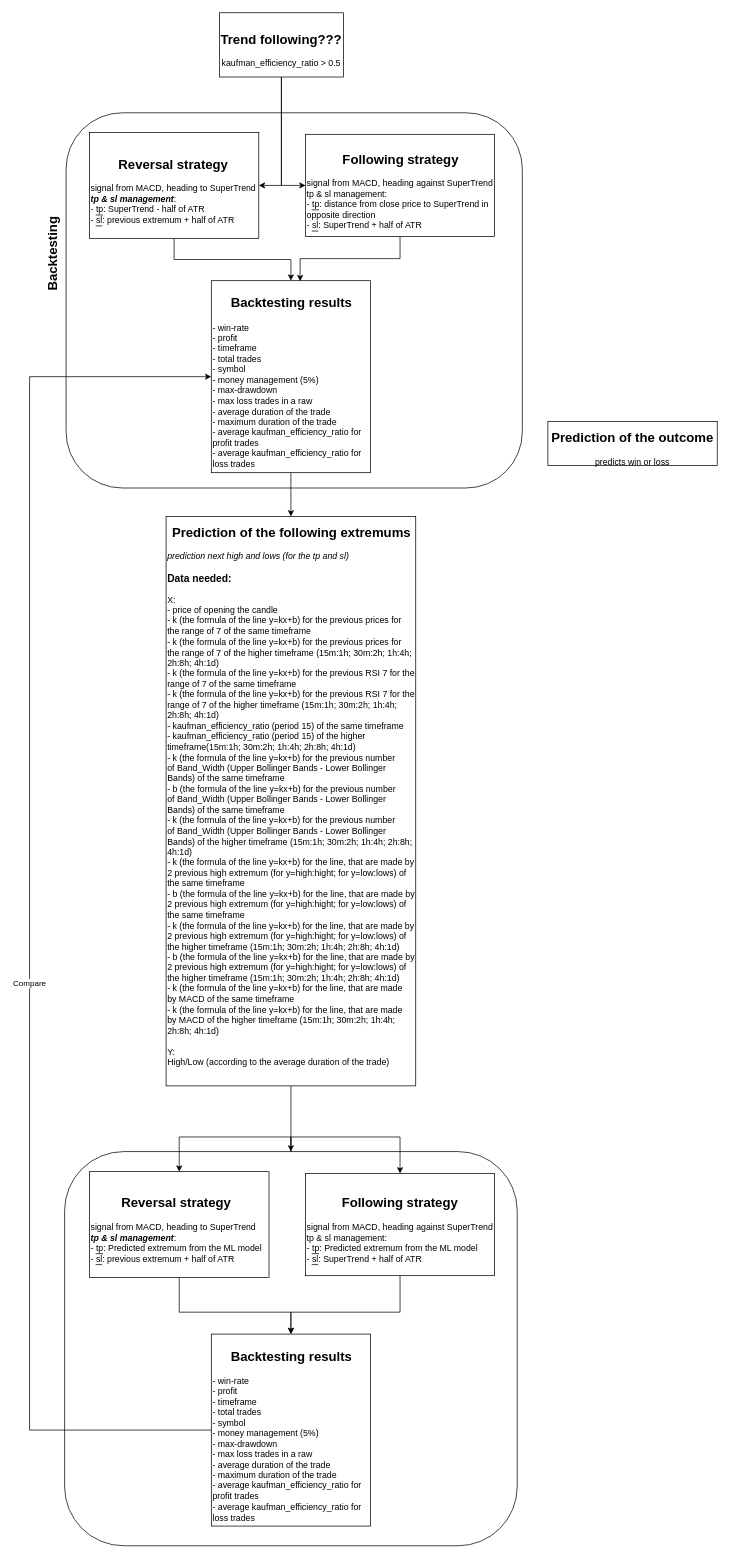
Earlier version of the draw.io diagram Untitled Diagram.drawio (Nazarka99/backtesting-visualisation). Source tidied: cells renumbered, new cells numbered last; positions are measured from the earlier drawing's top-left corner, leaving out a move shared by most shapes. Both pictures are drawn from the tidied source at 73%, with x=0, y=0 at pixel (7, 12).
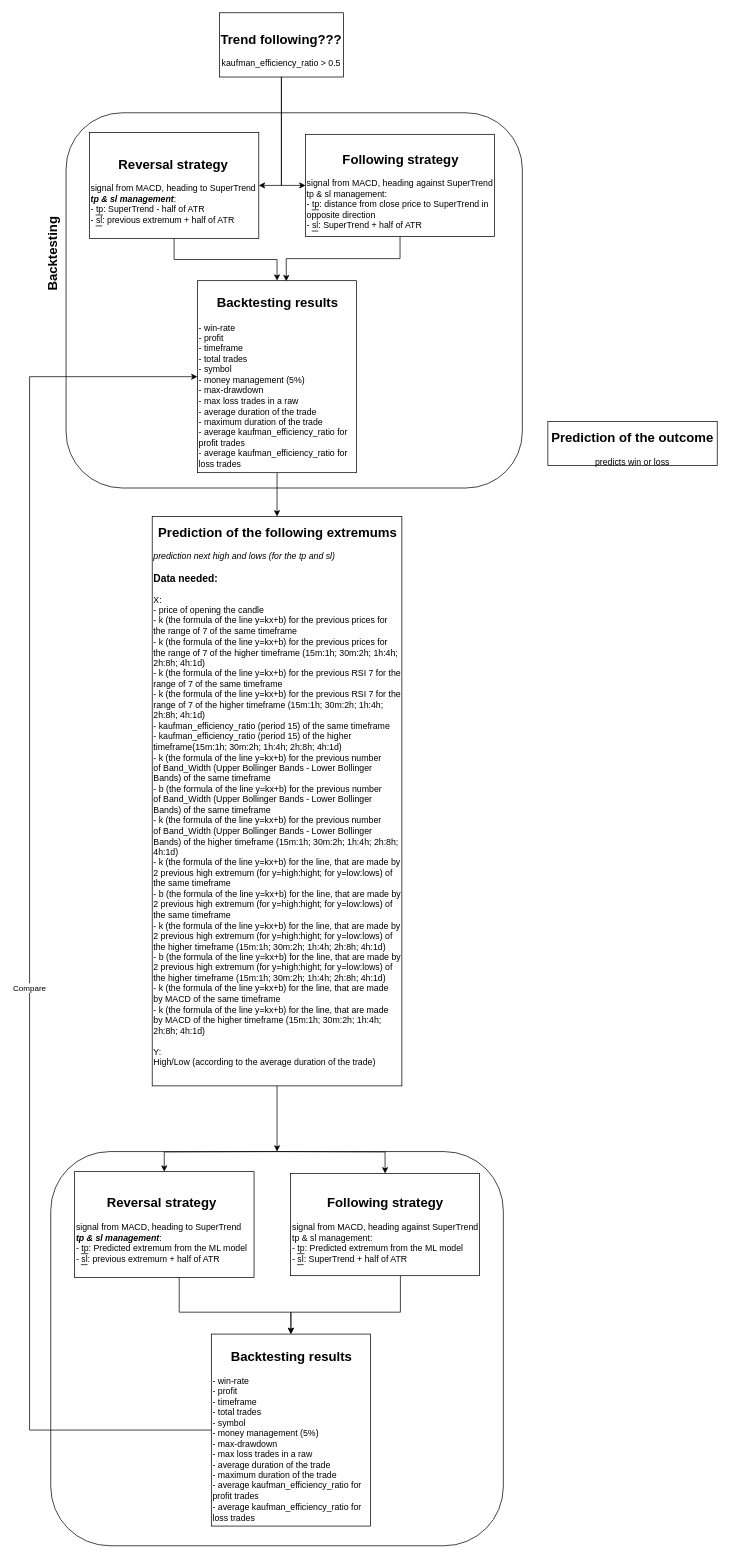
The same page after the edit.

The edit, as a diff of the source:
```diff
@@
     <mxCell id="4" value="&lt;h2 style=&quot;text-align: center;&quot;&gt;Prediction of the following extremums&lt;/h2&gt;&lt;div&gt;&lt;i&gt;prediction next high and lows (for the tp and sl)&lt;/i&gt;&lt;/div&gt;&lt;h3&gt;Data needed:&lt;/h3&gt;&lt;div&gt;X:&lt;/div&gt;&lt;div&gt;- price of opening the candle&lt;/div&gt;&lt;div&gt;- k (the formula of the line y=kx+b) for the previous prices for the range of 7 of the same timeframe&lt;/div&gt;&lt;div&gt;-&lt;span style=&quot;background-color: initial;&quot;&gt;&amp;nbsp;k (the formula of the line y=kx+b) for the previous prices for the range of 7 of the higher timeframe (15m:1h; 30m:2h; 1h:4h; 2h:8h; 4h:1d)&lt;/span&gt;&lt;/div&gt;&lt;div&gt;&lt;span style=&quot;background-color: initial;&quot;&gt;-&amp;nbsp;&lt;/span&gt;&lt;span style=&quot;background-color: initial;&quot;&gt;k (the formula of the line y=kx+b) for the previous RSI 7 for the range of 7 of the same timeframe&lt;/span&gt;&lt;/div&gt;&lt;div&gt;&lt;span style=&quot;background-color: initial;&quot;&gt;-&amp;nbsp;&lt;/span&gt;&lt;span style=&quot;background-color: initial;&quot;&gt;k (the formula of the line y=kx+b) for the previous RSI 7 for the range of 7 of the higher timeframe&amp;nbsp;&lt;/span&gt;&lt;span style=&quot;background-color: initial;&quot;&gt;(15m:1h; 30m:2h; 1h:4h; 2h:8h; 4h:1d)&lt;/span&gt;&lt;span style=&quot;background-color: initial;&quot;&gt;&lt;br&gt;&lt;/span&gt;&lt;/div&gt;&lt;div&gt;&lt;span style=&quot;background-color: initial;&quot;&gt;-&amp;nbsp;&lt;/span&gt;&lt;span style=&quot;background-color: initial;&quot;&gt;kaufman_efficiency_ratio (period 15) of the same timeframe&lt;/span&gt;&lt;/div&gt;&lt;div&gt;&lt;span style=&quot;background-color: initial;&quot;&gt;- kaufman_efficiency_ratio (period 15) of the higher timeframe&lt;/span&gt;&lt;span style=&quot;background-color: initial;&quot;&gt;(15m:1h; 30m:2h; 1h:4h; 2h:8h; 4h:1d)&lt;/span&gt;&lt;span style=&quot;background-color: initial;&quot;&gt;&lt;br&gt;&lt;/span&gt;&lt;/div&gt;&lt;div&gt;&lt;span style=&quot;background-color: initial;&quot;&gt;-&amp;nbsp;&lt;/span&gt;&lt;span style=&quot;background-color: initial;&quot;&gt;k (the formula of the line y=kx+b) for the&amp;nbsp;&lt;/span&gt;&lt;span style=&quot;background-color: initial;&quot;&gt;previous number of&amp;nbsp;&lt;/span&gt;&lt;span style=&quot;background-color: initial;&quot;&gt;Band_Width (Upper Bollinger Bands - Lower Bollinger Bands) of the same timeframe&lt;/span&gt;&lt;/div&gt;&lt;div&gt;&lt;span style=&quot;background-color: initial;&quot;&gt;-&amp;nbsp;&lt;/span&gt;&lt;span style=&quot;background-color: initial;&quot;&gt;b (the formula of the line y=kx+b) for the&amp;nbsp;&lt;/span&gt;&lt;span style=&quot;background-color: initial;&quot;&gt;previous number of&amp;nbsp;&lt;/span&gt;&lt;span style=&quot;background-color: initial;&quot;&gt;Band_Width (Upper Bollinger Bands - Lower Bollinger Bands) of the same timeframe&lt;/span&gt;&lt;span style=&quot;background-color: initial;&quot;&gt;&lt;br&gt;&lt;/span&gt;&lt;/div&gt;&lt;div&gt;&lt;span style=&quot;background-color: initial;&quot;&gt;-&amp;nbsp;&lt;/span&gt;&lt;span style=&quot;background-color: initial;&quot;&gt;k (the formula of the line y=kx+b) for the&amp;nbsp;&lt;/span&gt;&lt;span style=&quot;background-color: initial;&quot;&gt;previous number of&amp;nbsp;&lt;/span&gt;&lt;span style=&quot;background-color: initial;&quot;&gt;Band_Width (Upper Bollinger Bands - Lower Bollinger Bands) of the higher timeframe&amp;nbsp;&lt;/span&gt;&lt;span style=&quot;background-color: initial;&quot;&gt;(15m:1h; 30m:2h; 1h:4h; 2h:8h; 4h:1d)&lt;/span&gt;&lt;span style=&quot;background-color: initial;&quot;&gt;&lt;br&gt;&lt;/span&gt;&lt;/div&gt;&lt;div&gt;&lt;span style=&quot;background-color: initial;&quot;&gt;-&amp;nbsp;&lt;/span&gt;&lt;span style=&quot;background-color: initial;&quot;&gt;k (the formula of the line y=kx+b) for the line, that are made by 2 previous high extremum (for y=high:hight; for y=low:lows) of the same timeframe&lt;/span&gt;&lt;/div&gt;&lt;div&gt;&lt;span style=&quot;background-color: initial;&quot;&gt;- b&lt;/span&gt;&lt;span style=&quot;background-color: initial;&quot;&gt;&amp;nbsp;(the formula of the line y=kx+b) for the line, that are made by 2 previous high extremum (for y=high:hight; for y=low:lows) of the same timeframe&lt;/span&gt;&lt;span style=&quot;background-color: initial;&quot;&gt;&lt;br&gt;&lt;/span&gt;&lt;/div&gt;&lt;div&gt;&lt;div&gt;&lt;span style=&quot;background-color: initial;&quot;&gt;-&amp;nbsp;&lt;/span&gt;&lt;span style=&quot;background-color: initial;&quot;&gt;k (the formula of the line y=kx+b) for the line, that are made by 2 previous high extremum (for y=high:hight; for y=low:lows) of the higher timeframe&amp;nbsp;&lt;/span&gt;&lt;span style=&quot;background-color: initial;&quot;&gt;(15m:1h; 30m:2h; 1h:4h; 2h:8h; 4h:1d)&lt;/span&gt;&lt;/div&gt;&lt;div&gt;&lt;span style=&quot;background-color: initial;&quot;&gt;- b&lt;/span&gt;&lt;span style=&quot;background-color: initial;&quot;&gt;&amp;nbsp;(the formula of the line y=kx+b) for the line, that are made by 2 previous high extremum (for y=high:hight; for y=low:lows) of the higher timeframe&amp;nbsp;&lt;/span&gt;&lt;span style=&quot;background-color: initial;&quot;&gt;(15m:1h; 30m:2h; 1h:4h; 2h:8h; 4h:1d)&lt;/span&gt;&lt;/div&gt;&lt;/div&gt;&lt;div&gt;&lt;span style=&quot;background-color: initial;&quot;&gt;-&amp;nbsp;&lt;/span&gt;&lt;span style=&quot;background-color: initial;&quot;&gt;k (the formula of the line y=kx+b) for the line, that are made by&amp;nbsp;&lt;/span&gt;&lt;span style=&quot;background-color: initial;&quot;&gt;MACD of the same timeframe&lt;/span&gt;&lt;/div&gt;&lt;div&gt;&lt;span style=&quot;background-color: initial;&quot;&gt;-&amp;nbsp;&lt;/span&gt;&lt;span style=&quot;background-color: initial;&quot;&gt;k (the formula of the line y=kx+b) for the line, that are made by&amp;nbsp;&lt;/span&gt;&lt;span style=&quot;background-color: initial;&quot;&gt;MACD of the higher timeframe&amp;nbsp;&lt;/span&gt;&lt;span style=&quot;background-color: initial;&quot;&gt;(15m:1h; 30m:2h; 1h:4h; 2h:8h; 4h:1d)&lt;/span&gt;&lt;/div&gt;&lt;div&gt;&lt;span style=&quot;background-color: initial;&quot;&gt;&lt;br&gt;&lt;/span&gt;&lt;/div&gt;&lt;div&gt;&lt;span style=&quot;background-color: initial;&quot;&gt;Y:&lt;/span&gt;&lt;/div&gt;&lt;div&gt;&lt;span style=&quot;background-color: initial;&quot;&gt;High/Low (according to the average duration of the trade)&lt;/span&gt;&lt;/div&gt;&lt;div&gt;&lt;span style=&quot;background-color: initial;&quot;&gt;&lt;br&gt;&lt;/span&gt;&lt;/div&gt;&lt;div&gt;&lt;span style=&quot;background-color: initial;&quot;&gt;&lt;br&gt;&lt;/span&gt;&lt;/div&gt;" style="rounded=0;whiteSpace=wrap;html=1;align=left;" parent="1" vertex="1">
-      <mxGeometry x="217" y="690" width="342" height="780" as="geometry" />
+      <mxGeometry x="198" y="690" width="342" height="780" as="geometry" />
     </mxCell>
@@
     <mxCell id="14" value="&lt;h2 style=&quot;text-align: center;&quot;&gt;Backtesting results&lt;/h2&gt;&lt;div&gt;- win-rate&lt;/div&gt;&lt;div&gt;- profit&lt;/div&gt;&lt;div&gt;- timeframe&lt;/div&gt;&lt;div&gt;- total trades&lt;/div&gt;&lt;div&gt;- symbol&lt;/div&gt;&lt;div&gt;- money management (5%)&lt;/div&gt;&lt;div&gt;- max-drawdown&lt;/div&gt;&lt;div&gt;- max loss trades in a raw&lt;/div&gt;&lt;div&gt;&lt;div&gt;- average duration of the trade&lt;/div&gt;&lt;div&gt;- maximum duration of the trade&lt;/div&gt;&lt;/div&gt;&lt;div&gt;- average&amp;nbsp;kaufman_efficiency_ratio for profit trades&lt;/div&gt;&lt;div&gt;- average&amp;nbsp;kaufman_efficiency_ratio for loss trades&lt;/div&gt;" style="rounded=0;whiteSpace=wrap;html=1;align=left;" parent="1" vertex="1">
-      <mxGeometry x="279" y="367" width="218" height="263" as="geometry" />
+      <mxGeometry x="260" y="367" width="218" height="263" as="geometry" />
     </mxCell>
@@
-    <mxCell id="16" style="edgeStyle=orthogonalEdgeStyle;rounded=0;jettySize=auto;html=1;exitX=0.5;exitY=0;exitDx=0;exitDy=0;entryX=0.5;entryY=0;entryDx=0;entryDy=0;" parent="1" edge="1" source="18" target="19">
-      <mxGeometry relative="1" as="geometry" />
+    <mxCell id="16" style="edgeStyle=orthogonalEdgeStyle;rounded=0;jettySize=auto;html=1;exitX=0.5;exitY=0;exitDx=0;exitDy=0;entryX=0.5;entryY=0;entryDx=0;entryDy=0;" parent="1" edge="1" target="19">
+      <mxGeometry relative="1" as="geometry">
+        <mxPoint x="367.5" y="1560" as="sourcePoint" />
+      </mxGeometry>
     </mxCell>
-    <mxCell id="17" style="edgeStyle=orthogonalEdgeStyle;rounded=0;jettySize=auto;html=1;exitX=0.5;exitY=0;exitDx=0;exitDy=0;entryX=0.5;entryY=0;entryDx=0;entryDy=0;" parent="1" edge="1" source="18" target="21">
-      <mxGeometry relative="1" as="geometry" />
+    <mxCell id="17" style="edgeStyle=orthogonalEdgeStyle;rounded=0;jettySize=auto;html=1;exitX=0.5;exitY=0;exitDx=0;exitDy=0;entryX=0.5;entryY=0;entryDx=0;entryDy=0;" parent="1" edge="1" target="21">
+      <mxGeometry relative="1" as="geometry">
+        <mxPoint x="367.5" y="1560" as="sourcePoint" />
+      </mxGeometry>
     </mxCell>
     <mxCell id="18" style="rounded=1;whiteSpace=wrap;html=1;fillColor=none;" parent="1" vertex="1">
-      <mxGeometry x="78" y="1560" width="620" height="540" as="geometry" />
+      <mxGeometry x="59" y="1560" width="620" height="540" as="geometry" />
     </mxCell>
     <mxCell id="19" value="&lt;h2 style=&quot;text-align: center;&quot;&gt;&lt;font style=&quot;font-size: 18px;&quot;&gt;Reversal strategy&lt;/font&gt;&lt;/h2&gt;&lt;div&gt;signal from MACD, heading to SuperTrend&lt;br&gt;&lt;span style=&quot;font-style: italic; font-weight: 600;&quot; class=&quot;notion-enable-hover&quot;&gt;tp &amp;amp; sl management&lt;/span&gt;:&lt;br&gt;-&amp;nbsp;&lt;span style=&quot;color: inherit; border-bottom: 0.05em solid; overflow-wrap: break-word;&quot; class=&quot;notion-enable-hover&quot;&gt;tp&lt;/span&gt;: Predicted extremum from the ML model&lt;br&gt;-&amp;nbsp;&lt;span style=&quot;color: inherit; border-bottom: 0.05em solid; overflow-wrap: break-word;&quot; class=&quot;notion-enable-hover&quot;&gt;sl&lt;/span&gt;: previous extremum + half of ATR&amp;nbsp;&lt;/div&gt;" style="rounded=0;whiteSpace=wrap;html=1;align=left;labelBackgroundColor=none;" parent="1" vertex="1">
-      <mxGeometry x="112" y="1587.5" width="246" height="145" as="geometry" />
+      <mxGeometry x="91.5" y="1587.5" width="246" height="145" as="geometry" />
     </mxCell>
@@
     <mxCell id="21" value="&lt;h2 style=&quot;text-align: center;&quot;&gt;&lt;span style=&quot;background-color: initial;&quot;&gt;&lt;font style=&quot;font-size: 18px;&quot;&gt;Following strategy&lt;/font&gt;&lt;/span&gt;&lt;/h2&gt;&lt;div&gt;&lt;div style=&quot;&quot;&gt;&lt;span style=&quot;background-color: initial;&quot;&gt;signal from MACD, heading against SuperTrend&lt;/span&gt;&lt;/div&gt;&lt;span style=&quot;background-color: initial;&quot;&gt;&lt;div style=&quot;&quot;&gt;&lt;span style=&quot;background-color: initial;&quot;&gt;tp &amp;amp; sl management:&lt;/span&gt;&lt;span style=&quot;background-color: initial;&quot;&gt;&amp;nbsp;&lt;/span&gt;&lt;/div&gt;&lt;div style=&quot;&quot;&gt;-&amp;nbsp;&lt;span style=&quot;color: inherit; border-bottom: 0.05em solid; overflow-wrap: break-word;&quot; class=&quot;notion-enable-hover&quot;&gt;tp&lt;/span&gt;: Predicted extremum from the ML model&lt;br&gt;-&amp;nbsp;&lt;span style=&quot;color: inherit; border-bottom: 0.05em solid; overflow-wrap: break-word;&quot; class=&quot;notion-enable-hover&quot;&gt;sl&lt;/span&gt;: SuperTrend + half of ATR&lt;span style=&quot;background-color: initial;&quot;&gt;&lt;br&gt;&lt;/span&gt;&lt;/div&gt;&lt;/span&gt;&lt;/div&gt;" style="rounded=0;whiteSpace=wrap;html=1;align=left;" parent="1" vertex="1">
-      <mxGeometry x="408" y="1590" width="259" height="140" as="geometry" />
+      <mxGeometry x="387.5" y="1590" width="259" height="140" as="geometry" />
     </mxCell>
```
